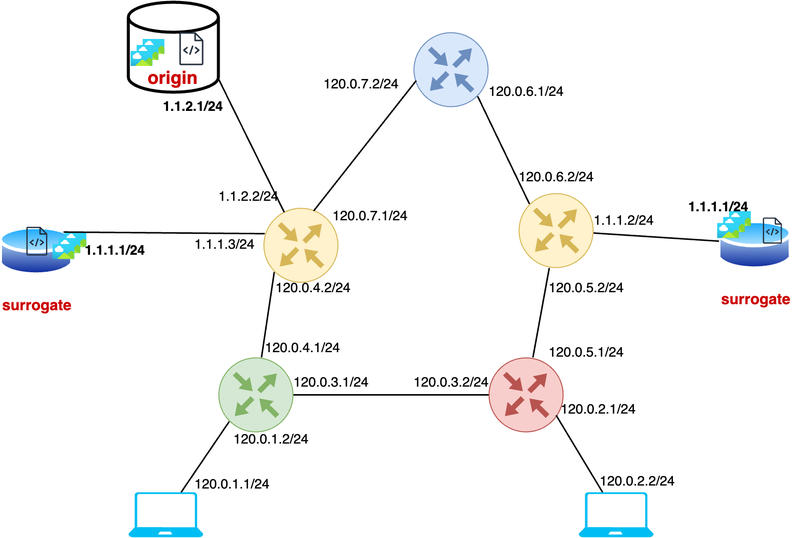
Above: diagram.png in Kitio-Tek/CDN-Project (draw.io), before the change. Source tidied: cells renumbered, new cells last; positions are measured from the earlier drawing's top-left corner, leaving out a move shared by most shapes.
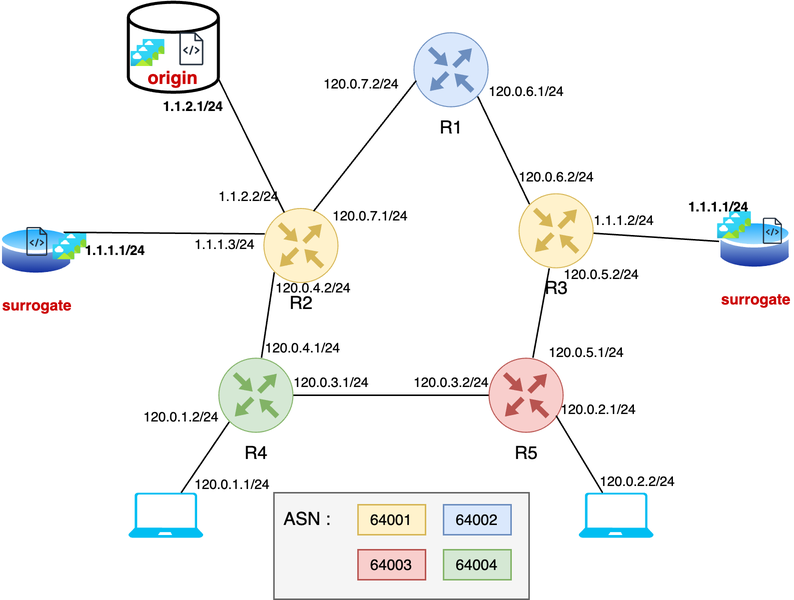
After the change.

What changed in the source:
```diff
@@ -2,10 +2,13 @@
   <root>
     <mxCell id="0" />
     <mxCell id="1" parent="0" />
+    <mxCell id="54" style="rounded=0;whiteSpace=wrap;html=1;fillColor=#f5f5f5;fontColor=#333333;strokeColor=#666666;" parent="1" vertex="1">
+      <mxGeometry x="183" y="327" width="170" height="71" as="geometry" />
+    </mxCell>
-    <mxCell id="2" style="sketch=0;points=[[0.5,0,0],[1,0.5,0],[0.5,1,0],[0,0.5,0],[0.145,0.145,0],[0.8555,0.145,0],[0.855,0.8555,0],[0.145,0.855,0]];verticalLabelPosition=bottom;html=1;verticalAlign=top;align=center;shape=mxgraph.cisco19.rect;prIcon=router;fillColor=#d5e8d4;strokeColor=#82b366;" parent="1" vertex="1">
+    <mxCell id="2" value="R4" style="sketch=0;points=[[0.5,0,0],[1,0.5,0],[0.5,1,0],[0,0.5,0],[0.145,0.145,0],[0.8555,0.145,0],[0.855,0.8555,0],[0.145,0.855,0]];verticalLabelPosition=bottom;html=1;verticalAlign=top;align=center;shape=mxgraph.cisco19.rect;prIcon=router;fillColor=#d5e8d4;strokeColor=#82b366;" parent="1" vertex="1">
       <mxGeometry x="146" y="237" width="50" height="50" as="geometry" />
     </mxCell>
-    <mxCell id="3" style="sketch=0;points=[[0.5,0,0],[1,0.5,0],[0.5,1,0],[0,0.5,0],[0.145,0.145,0],[0.8555,0.145,0],[0.855,0.8555,0],[0.145,0.855,0]];verticalLabelPosition=bottom;html=1;verticalAlign=top;align=center;shape=mxgraph.cisco19.rect;prIcon=router;fillColor=#f8cecc;strokeColor=#b85450;" parent="1" vertex="1">
+    <mxCell id="3" value="R5" style="sketch=0;points=[[0.5,0,0],[1,0.5,0],[0.5,1,0],[0,0.5,0],[0.145,0.145,0],[0.8555,0.145,0],[0.855,0.8555,0],[0.145,0.855,0]];verticalLabelPosition=bottom;html=1;verticalAlign=top;align=center;shape=mxgraph.cisco19.rect;prIcon=router;fillColor=#f8cecc;strokeColor=#b85450;" parent="1" vertex="1">
       <mxGeometry x="326" y="237" width="50" height="50" as="geometry" />
     </mxCell>
     <mxCell id="4" value="&lt;font color=&quot;#cc0000&quot; style=&quot;font-size: 10px;&quot;&gt;&lt;b&gt;surrogate&lt;/b&gt;&lt;/font&gt;" style="image;perimeter=ellipsePerimeter;html=1;align=center;shadow=0;dashed=0;spacingTop=3;image=img/lib/active_directory/database.svg;" parent="1" vertex="1">
@@ -17,7 +20,7 @@
     <mxCell id="6" value="&lt;b&gt;&lt;font color=&quot;#cc0000&quot;&gt;origin&lt;/font&gt;&lt;/b&gt;" style="strokeWidth=2;html=1;shape=mxgraph.flowchart.database;whiteSpace=wrap;verticalAlign=bottom;" parent="1" vertex="1">
       <mxGeometry x="86" width="60" height="60" as="geometry" />
     </mxCell>
-    <mxCell id="7" style="sketch=0;points=[[0.5,0,0],[1,0.5,0],[0.5,1,0],[0,0.5,0],[0.145,0.145,0],[0.8555,0.145,0],[0.855,0.8555,0],[0.145,0.855,0]];verticalLabelPosition=bottom;html=1;verticalAlign=top;align=center;shape=mxgraph.cisco19.rect;prIcon=router;fillColor=#dae8fc;strokeColor=#6c8ebf;" parent="1" vertex="1">
+    <mxCell id="7" value="R1" style="sketch=0;points=[[0.5,0,0],[1,0.5,0],[0.5,1,0],[0,0.5,0],[0.145,0.145,0],[0.8555,0.145,0],[0.855,0.8555,0],[0.145,0.855,0]];verticalLabelPosition=bottom;html=1;verticalAlign=top;align=center;shape=mxgraph.cisco19.rect;prIcon=router;fillColor=#dae8fc;strokeColor=#6c8ebf;" parent="1" vertex="1">
       <mxGeometry x="276" y="20" width="50" height="50" as="geometry" />
     </mxCell>
     <mxCell id="8" style="edgeStyle=orthogonalEdgeStyle;rounded=0;jettySize=auto;html=1;entryX=0;entryY=0.5;entryDx=0;entryDy=0;entryPerimeter=0;endArrow=none;endFill=0;" parent="1" edge="1" source="2" target="3">
@@ -75,7 +78,7 @@
       <mxGeometry x="120" y="312" width="70" height="20" as="geometry" />
     </mxCell>
     <mxCell id="26" value="&lt;font style=&quot;font-size: 9px;&quot;&gt;120.0.1.2/24&lt;/font&gt;" style="text;html=1;align=center;verticalAlign=middle;strokeColor=none;fillColor=none;fontSize=9;" parent="1" vertex="1">
-      <mxGeometry x="146" y="282" width="70" height="20" as="geometry" />
+      <mxGeometry x="86" y="267" width="70" height="20" as="geometry" />
     </mxCell>
     <mxCell id="27" value="&lt;font style=&quot;font-size: 9px;&quot;&gt;120.0.2.1/24&lt;/font&gt;" style="text;html=1;align=center;verticalAlign=middle;strokeColor=none;fillColor=none;fontSize=9;" parent="1" vertex="1">
       <mxGeometry x="364.1" y="262" width="70" height="20" as="geometry" />
@@ -92,7 +95,7 @@
     <mxCell id="31" style="rounded=0;jettySize=auto;html=1;endArrow=none;endFill=0;" parent="1" edge="1" source="32" target="3">
       <mxGeometry relative="1" as="geometry" />
     </mxCell>
-    <mxCell id="32" style="sketch=0;points=[[0.5,0,0],[1,0.5,0],[0.5,1,0],[0,0.5,0],[0.145,0.145,0],[0.8555,0.145,0],[0.855,0.8555,0],[0.145,0.855,0]];verticalLabelPosition=bottom;html=1;verticalAlign=top;align=center;shape=mxgraph.cisco19.rect;prIcon=router;fillColor=#fff2cc;strokeColor=#d6b656;" parent="1" vertex="1">
+    <mxCell id="32" value="R3" style="sketch=0;points=[[0.5,0,0],[1,0.5,0],[0.5,1,0],[0,0.5,0],[0.145,0.145,0],[0.8555,0.145,0],[0.855,0.8555,0],[0.145,0.855,0]];verticalLabelPosition=bottom;html=1;verticalAlign=top;align=center;shape=mxgraph.cisco19.rect;prIcon=router;fillColor=#fff2cc;strokeColor=#d6b656;horizontal=1;" parent="1" vertex="1">
       <mxGeometry x="346" y="127.4" width="50" height="50" as="geometry" />
     </mxCell>
     <mxCell id="33" style="rounded=0;jettySize=auto;html=1;entryX=0.017;entryY=0.422;entryDx=0;entryDy=0;entryPerimeter=0;endArrow=none;endFill=0;" parent="1" edge="1" source="32" target="5">
@@ -104,7 +107,7 @@
     <mxCell id="35" style="rounded=0;jettySize=auto;html=1;exitX=0.018;exitY=0.345;exitDx=0;exitDy=0;exitPerimeter=0;entryX=1;entryY=0;entryDx=0;entryDy=0;endArrow=none;endFill=0;" parent="1" edge="1" source="36" target="4">
       <mxGeometry relative="1" as="geometry" />
     </mxCell>
-    <mxCell id="36" style="sketch=0;points=[[0.5,0,0],[1,0.5,0],[0.5,1,0],[0,0.5,0],[0.145,0.145,0],[0.8555,0.145,0],[0.855,0.8555,0],[0.145,0.855,0]];verticalLabelPosition=bottom;html=1;verticalAlign=top;align=center;shape=mxgraph.cisco19.rect;prIcon=router;fillColor=#fff2cc;strokeColor=#d6b656;" parent="1" vertex="1">
+    <mxCell id="36" value="R2" style="sketch=0;points=[[0.5,0,0],[1,0.5,0],[0.5,1,0],[0,0.5,0],[0.145,0.145,0],[0.8555,0.145,0],[0.855,0.8555,0],[0.145,0.855,0]];verticalLabelPosition=bottom;html=1;verticalAlign=top;align=center;shape=mxgraph.cisco19.rect;prIcon=router;fillColor=#fff2cc;strokeColor=#d6b656;" parent="1" vertex="1">
       <mxGeometry x="176" y="137.2" width="50" height="50" as="geometry" />
     </mxCell>
     <mxCell id="37" value="&lt;font style=&quot;font-size: 9px;&quot;&gt;1.1.1.1/24&lt;/font&gt;" style="text;html=1;align=center;verticalAlign=middle;strokeColor=none;fillColor=none;fontSize=9;fontStyle=1;" parent="1" vertex="1">
@@ -126,7 +129,7 @@
       <mxGeometry x="174" y="181" width="70" height="20" as="geometry" />
     </mxCell>
     <mxCell id="43" value="&lt;font style=&quot;font-size: 9px;&quot;&gt;120.0.5.2/24&lt;/font&gt;" style="text;html=1;align=center;verticalAlign=middle;strokeColor=none;fillColor=none;fontSize=9;" parent="1" vertex="1">
-      <mxGeometry x="356" y="181" width="70" height="20" as="geometry" />
+      <mxGeometry x="366" y="172.2" width="70" height="20" as="geometry" />
     </mxCell>
     <mxCell id="44" value="&lt;font style=&quot;font-size: 9px;&quot;&gt;1.1.1.2/24&lt;/font&gt;" style="text;html=1;align=center;verticalAlign=middle;strokeColor=none;fillColor=none;fontSize=9;fontStyle=0;" parent="1" vertex="1">
       <mxGeometry x="386" y="136.3" width="60" height="20" as="geometry" />
@@ -158,5 +161,20 @@
     <mxCell id="53" value="&lt;font style=&quot;font-size: 9px;&quot;&gt;1.1.2.2/24&lt;/font&gt;" style="text;html=1;align=center;verticalAlign=middle;strokeColor=none;fillColor=none;fontSize=9;fontStyle=0;" parent="1" vertex="1">
       <mxGeometry x="136" y="119.8" width="60" height="20" as="geometry" />
     </mxCell>
+    <mxCell id="55" value="&lt;font style=&quot;font-size: 10px;&quot;&gt;64001&lt;/font&gt;" style="text;html=1;align=center;verticalAlign=middle;whiteSpace=wrap;rounded=0;fillColor=#fff2cc;strokeColor=#d6b656;" parent="1" vertex="1">
+      <mxGeometry x="239" y="335" width="45" height="20" as="geometry" />
+    </mxCell>
+    <mxCell id="56" value="&lt;font style=&quot;font-size: 10px;&quot;&gt;64003&lt;/font&gt;" style="text;html=1;align=center;verticalAlign=middle;whiteSpace=wrap;rounded=0;fillColor=#f8cecc;strokeColor=#b85450;" parent="1" vertex="1">
+      <mxGeometry x="239" y="365" width="45" height="20" as="geometry" />
+    </mxCell>
+    <mxCell id="57" value="&lt;font style=&quot;font-size: 10px;&quot;&gt;64002&lt;/font&gt;" style="text;html=1;align=center;verticalAlign=middle;whiteSpace=wrap;rounded=0;fillColor=#dae8fc;strokeColor=#6c8ebf;" parent="1" vertex="1">
+      <mxGeometry x="296" y="335" width="45" height="20" as="geometry" />
+    </mxCell>
+    <mxCell id="58" value="&lt;font style=&quot;font-size: 10px;&quot;&gt;64004&lt;/font&gt;" style="text;html=1;align=center;verticalAlign=middle;whiteSpace=wrap;rounded=0;fillColor=#d5e8d4;strokeColor=#82b366;" parent="1" vertex="1">
+      <mxGeometry x="296" y="365" width="45" height="20" as="geometry" />
+    </mxCell>
+    <mxCell id="59" value="ASN :" style="text;html=1;align=center;verticalAlign=middle;strokeColor=none;fillColor=none;" parent="1" vertex="1">
+      <mxGeometry x="180" y="330" width="50" height="30" as="geometry" />
+    </mxCell>
   </root>
 </mxGraphModel>
```
